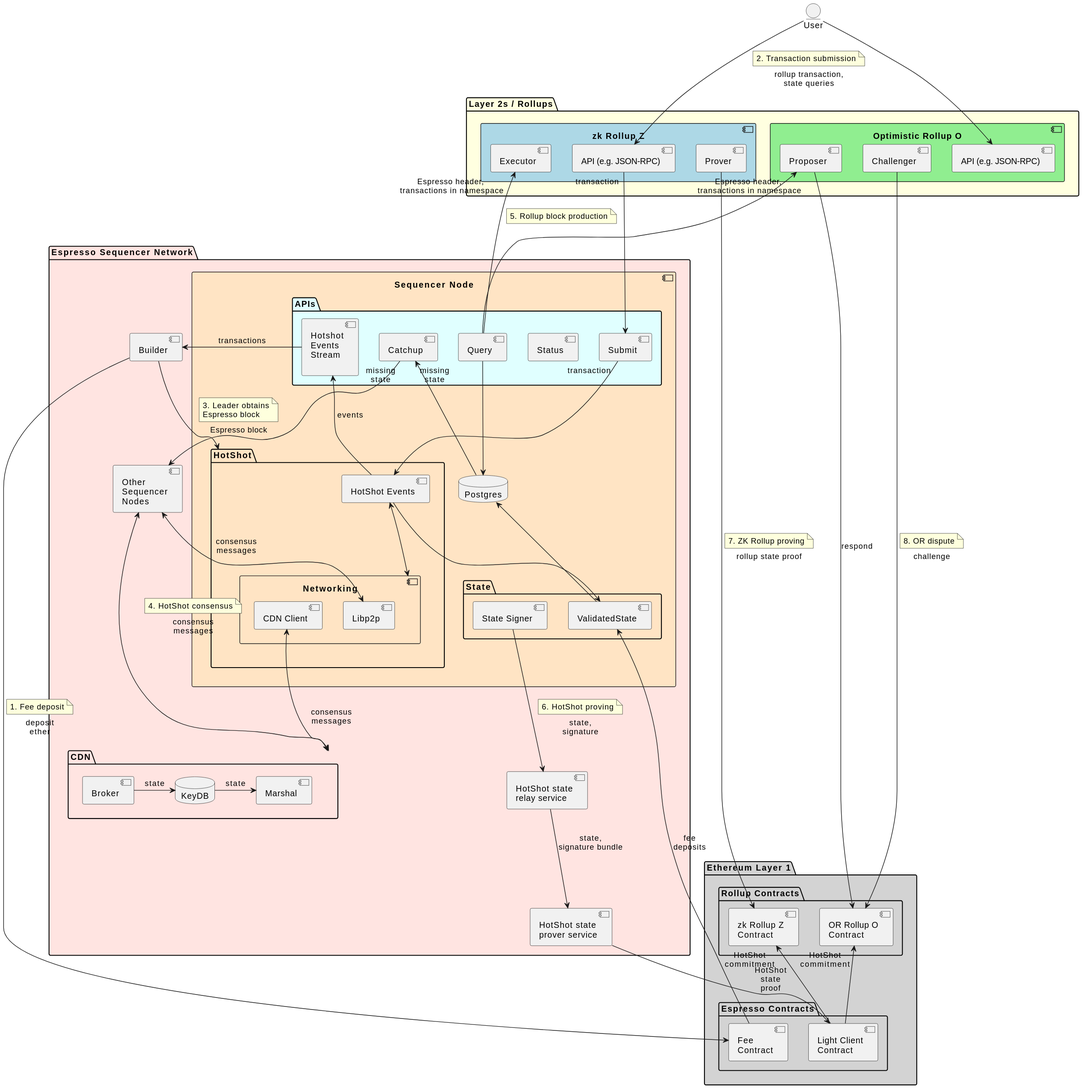
The PlantUML diagram doc/architecture.svg in EspressoSystems/espresso-sequencer, before a commit.
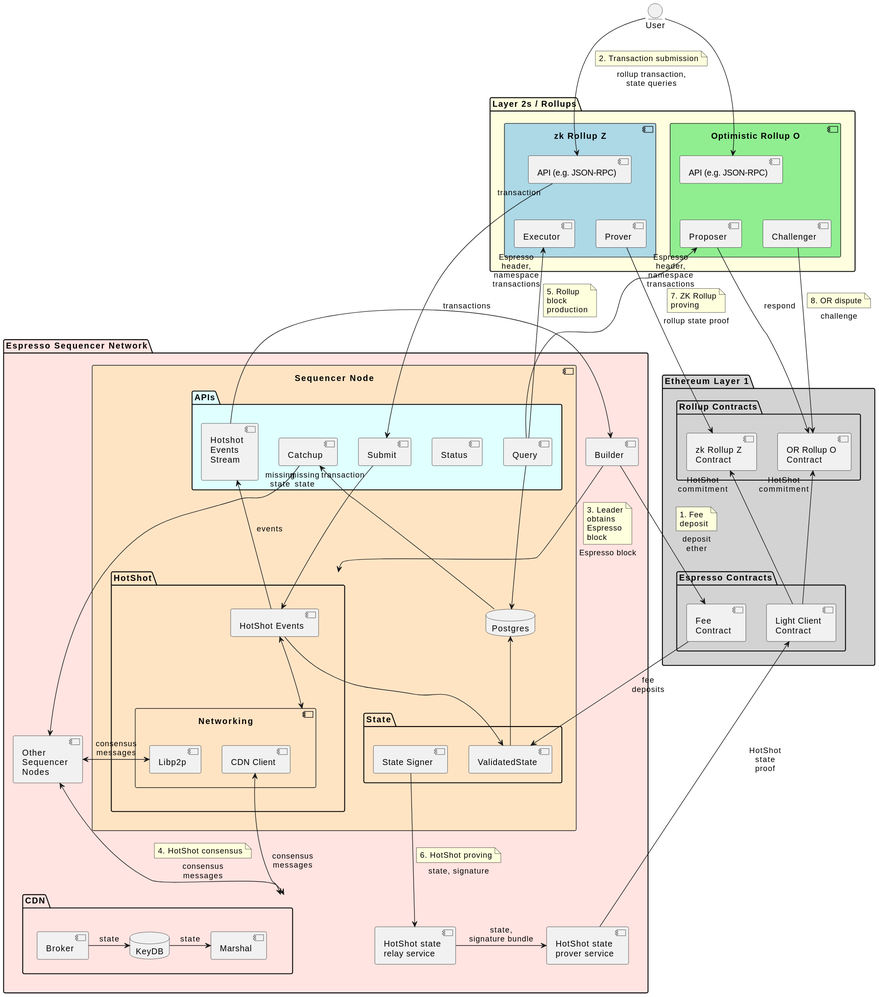
After the commit.

Diff of the diagram source:
```diff
@@ -9,10 +9,6 @@
 
     Broker -> KeyDB: state
     KeyDB -> Marshal: state
-    Nodes <-up-> CDN: consensus\nmessages
-    note top of link
-        4. HotShot consensus
-    end note
 
     component "Sequencer Node" as Seq #Bisque {
         database "Postgres" as DB
@@ -28,7 +24,6 @@
                 component Libp2p
                 component "CDN Client"
             }
-            Libp2p -[hidden]left-> "CDN Client"
             component "HotShot Events" as Events
         }
 
@@ -42,20 +37,26 @@
     component "Builder" as Builder
 }
 
-Nodes <-- Catchup: " " "missing\nstate"
-Nodes <--> Libp2p: consensus\nmessages
+Nodes <-up- Catchup: " " "missing\nstate"
+Nodes <-> Libp2p: consensus\nmessages
 "CDN Client" <--> CDN: consensus\nmessages
+Nodes <--> CDN: consensus\nmessages
+note top of link
+    4. HotShot consensus
+end note
 
-Signer -down-> Relay: state,\nsignature
+Signer --> Relay: state, signature
 note top of link
     6. HotShot proving
 end note
-Relay --> HSProver: state,\nsignature bundle
+Relay -> HSProver: state,\nsignature bundle
 
 Builder --> HotShot: Espresso block
 note top of link
-    3. Leader obtains
-    Espresso block
+    3. Leader
+    obtains
+    Espresso
+    block
 end note
 EventsStream -> Builder: transactions
 
@@ -72,11 +73,15 @@
         component "API (e.g. JSON-RPC)" as ZK_RPC
         component Executor as ZK_Exec
         component Prover as ZK_Prover
+        ZK_RPC --[hidden]> ZK_Exec
+        ZK_RPC --[hidden]> ZK_Prover
     }
     component "Optimistic Rollup O" #LightGreen {
         component "API (e.g. JSON-RPC)" as OR_RPC
         component Proposer
         component Challenger
+        OR_RPC --[hidden]> Proposer
+        OR_RPC --[hidden]> Challenger
     }
 }
 package "Ethereum Layer 1" as L1 #LightGray {
@@ -99,31 +104,35 @@
 
 ZK_RPC --> Submit : "transaction" " "
 Submit -> Events: "transaction" " "
-Query -up-> ZK_Exec : " " "Espresso header,\n transactions in namespace"
+Query -up-> ZK_Exec : " " "Espresso\nheader,\nnamespace\ntransactions"
 note top of link
-    5. Rollup block production
+    5. Rollup
+    block
+    production
 end note
-Query -up-> Proposer: " " "Espresso header,\n transactions in namespace"
+Query -up-> Proposer: " " "Espresso\nheader,\nnamespace\ntransactions"
 
 
-HSProver -down-> LC_L1 : HotShot\nstate\nproof
+HSProver -up-> LC_L1 : HotShot\nstate\nproof
 LC_L1 -up-> ZK_L1 : " " "HotShot\ncommitment"
 LC_L1 -up-> OR_L1 : " " "HotShot\ncommitment"
 
-ZK_Prover -> ZK_L1 : rollup state proof
+ZK_Prover --> ZK_L1 : rollup state proof
 note top of link
-    7. ZK Rollup proving
+    7. ZK Rollup
+    proving
 end note
 
-Proposer -> OR_L1: respond
-Challenger -> OR_L1: challenge
+Proposer --> OR_L1: respond
+Challenger --> OR_L1: challenge
 note top of link
     8. OR dispute
 end note
 
-Builder --> Fee_L1: deposit\nether
+Builder -> Fee_L1: deposit\nether
 note top of link
-    1. Fee deposit
+    1. Fee
+    deposit
 end note
-Fee_L1 -up-> Validated: fee\ndeposits
+Fee_L1 --> Validated: fee\ndeposits
 @enduml
```
